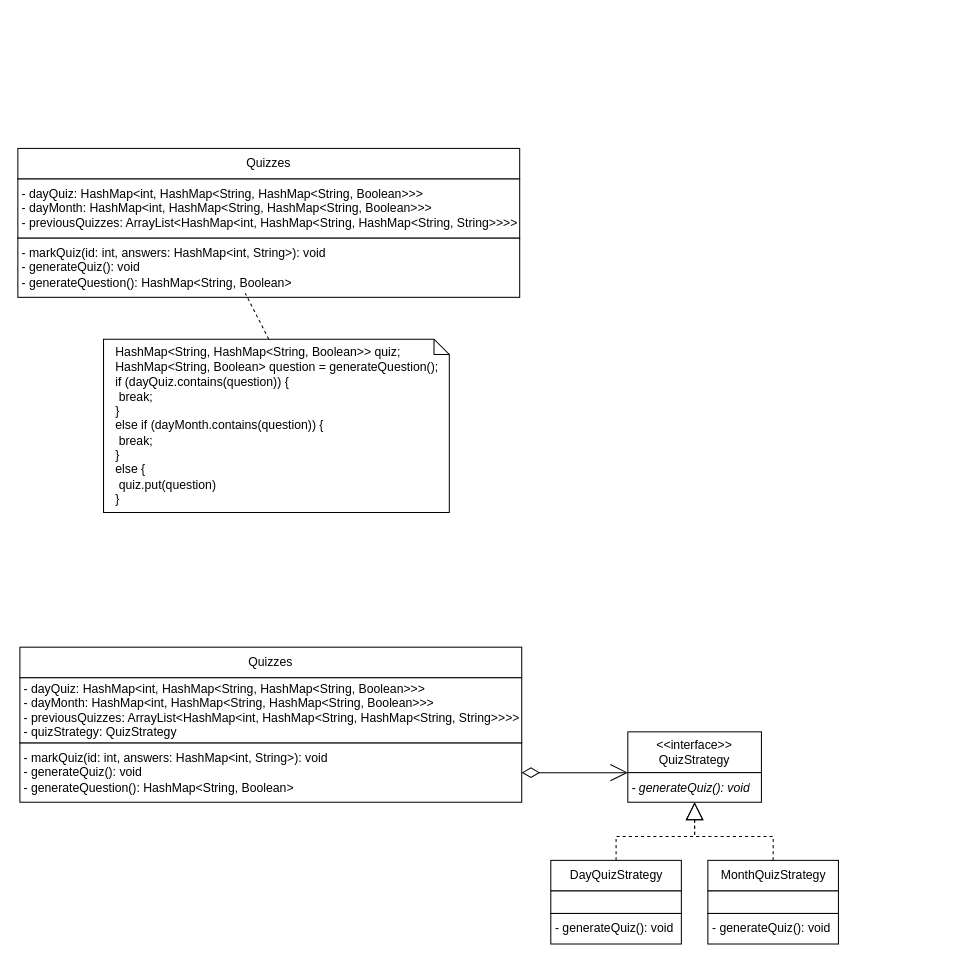
Above: Strategy_Design_Pattern.drawio in ahammond3aws/DC2SEN (draw.io), before the change. Source tidied: cells renumbered, new cells numbered last; positions are measured from the earlier drawing's top-left corner, leaving out a move shared by most shapes. Both pictures are drawn from the tidied source at 102%, with x=0, y=0 at pixel (17, 148).
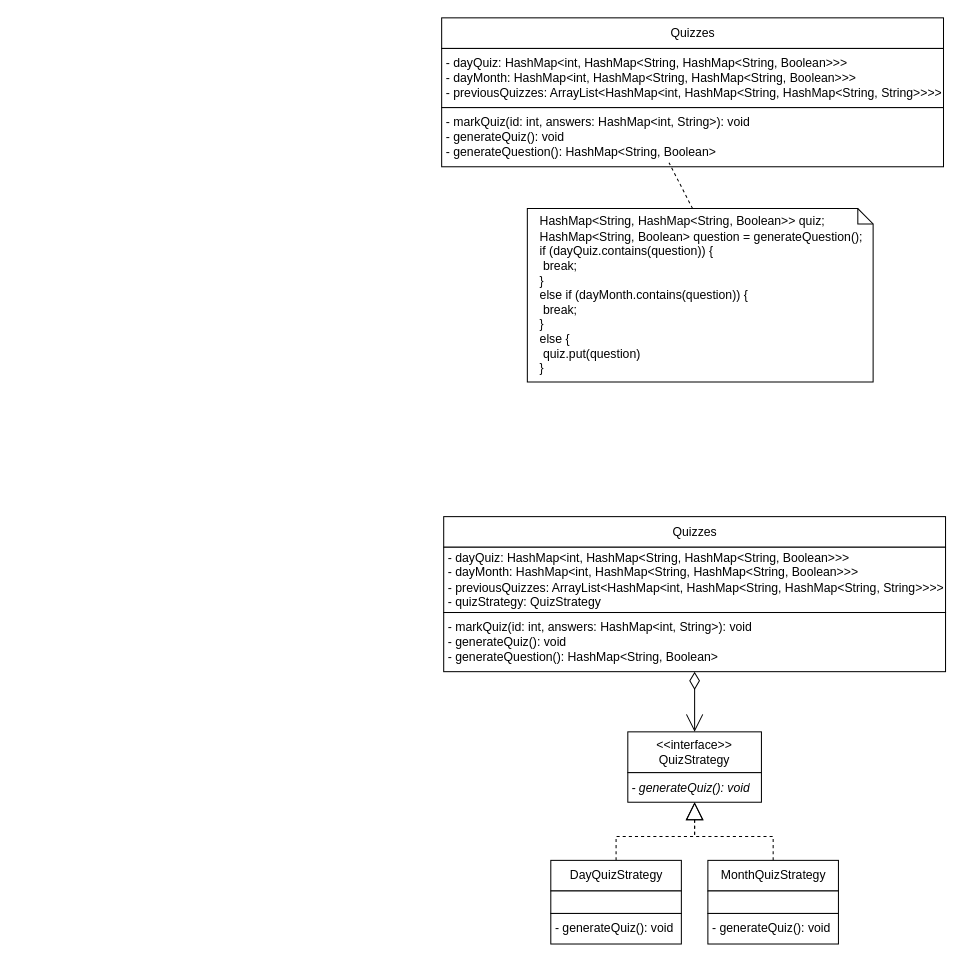
The same page after the edit.

Unchanged cells that the change refers to:
```xml
<mxCell id="11" value="&amp;lt;&amp;lt;interface&amp;gt;&amp;gt;&lt;br&gt;QuizStrategy" style="rounded=0;whiteSpace=wrap;html=1;" parent="1" vertex="1">
  <mxGeometry x="598" y="572" width="131" height="40" as="geometry" />
</mxCell>
<mxCell id="13" value="&lt;i&gt;&lt;span style=&quot;background-color: rgb(255, 255, 255);&quot;&gt;- generateQuiz(): void&lt;/span&gt;&lt;span style=&quot;background-color: rgb(255, 255, 255);&quot;&gt;&amp;nbsp;&lt;/span&gt;&lt;/i&gt;" style="rounded=0;whiteSpace=wrap;html=1;align=left;spacingLeft=2;" parent="1" vertex="1">
  <mxGeometry x="598" y="612" width="131" height="29" as="geometry" />
</mxCell>
```

Diff of the diagram source:
```diff
@@
     <mxCell id="2" value="Quizzes" style="rounded=0;whiteSpace=wrap;html=1;" parent="1" vertex="1">
-      <mxGeometry width="492" height="30" as="geometry" />
+      <mxGeometry x="415.5" y="-128" width="492" height="30" as="geometry" />
     </mxCell>
     <mxCell id="3" value="- dayQuiz: HashMap&amp;lt;int, HashMap&amp;lt;String, HashMap&amp;lt;String, Boolean&amp;gt;&amp;gt;&amp;gt;&lt;br&gt;- dayMonth: HashMap&amp;lt;int, HashMap&amp;lt;String, HashMap&amp;lt;String, Boolean&amp;gt;&amp;gt;&amp;gt;&lt;br&gt;- previousQuizzes: ArrayList&amp;lt;HashMap&amp;lt;int, HashMap&amp;lt;String, HashMap&amp;lt;String, String&amp;gt;&amp;gt;&amp;gt;&amp;gt;" style="rounded=0;whiteSpace=wrap;html=1;align=left;spacingLeft=2;" parent="1" vertex="1">
-      <mxGeometry y="30" width="492" height="58" as="geometry" />
+      <mxGeometry x="415.5" y="-98" width="492" height="58" as="geometry" />
     </mxCell>
     <mxCell id="4" value="- markQuiz(id: int, answers: HashMap&amp;lt;int, String&amp;gt;): void&lt;br style=&quot;border-color: var(--border-color); background-color: rgb(255, 255, 255);&quot;&gt;&lt;span style=&quot;background-color: rgb(255, 255, 255);&quot;&gt;- generateQuiz(): void&lt;/span&gt;&lt;br style=&quot;border-color: var(--border-color); background-color: rgb(255, 255, 255);&quot;&gt;&lt;span style=&quot;background-color: rgb(255, 255, 255);&quot;&gt;- generateQuestion(): HashMap&amp;lt;String, Boolean&amp;gt;&amp;nbsp;&lt;/span&gt;" style="rounded=0;whiteSpace=wrap;html=1;align=left;spacingLeft=2;" parent="1" vertex="1">
-      <mxGeometry y="88" width="492" height="58" as="geometry" />
+      <mxGeometry x="415.5" y="-40" width="492" height="58" as="geometry" />
     </mxCell>
     <mxCell id="5" value="Quizzes" style="rounded=0;whiteSpace=wrap;html=1;" parent="1" vertex="1">
-      <mxGeometry x="2" y="489" width="492" height="30" as="geometry" />
+      <mxGeometry x="417.5" y="361" width="492" height="30" as="geometry" />
     </mxCell>
     <mxCell id="6" value="- dayQuiz: HashMap&amp;lt;int, HashMap&amp;lt;String, HashMap&amp;lt;String, Boolean&amp;gt;&amp;gt;&amp;gt;&lt;br&gt;- dayMonth: HashMap&amp;lt;int, HashMap&amp;lt;String, HashMap&amp;lt;String, Boolean&amp;gt;&amp;gt;&amp;gt;&lt;br&gt;- previousQuizzes: ArrayList&amp;lt;HashMap&amp;lt;int, HashMap&amp;lt;String, HashMap&amp;lt;String, String&amp;gt;&amp;gt;&amp;gt;&amp;gt;&lt;br&gt;- quizStrategy: QuizStrategy" style="rounded=0;whiteSpace=wrap;html=1;align=left;spacingLeft=2;" parent="1" vertex="1">
-      <mxGeometry x="2" y="519" width="492" height="64" as="geometry" />
+      <mxGeometry x="417.5" y="391" width="492" height="64" as="geometry" />
     </mxCell>
     <mxCell id="7" value="- markQuiz(id: int, answers: HashMap&amp;lt;int, String&amp;gt;): void&lt;br style=&quot;border-color: var(--border-color); background-color: rgb(255, 255, 255);&quot;&gt;&lt;span style=&quot;background-color: rgb(255, 255, 255);&quot;&gt;- generateQuiz(): void&lt;/span&gt;&lt;br style=&quot;border-color: var(--border-color); background-color: rgb(255, 255, 255);&quot;&gt;&lt;span style=&quot;background-color: rgb(255, 255, 255);&quot;&gt;- generateQuestion(): HashMap&amp;lt;String, Boolean&amp;gt;&amp;nbsp;&lt;/span&gt;" style="rounded=0;whiteSpace=wrap;html=1;align=left;spacingLeft=2;" parent="1" vertex="1">
-      <mxGeometry x="2" y="583" width="492" height="58" as="geometry" />
+      <mxGeometry x="417.5" y="455" width="492" height="58" as="geometry" />
     </mxCell>
@@
-    <mxCell id="12" style="edgeStyle=orthogonalEdgeStyle;rounded=0;jettySize=auto;html=1;exitX=0;exitY=0;exitDx=0;exitDy=0;entryX=1;entryY=0.5;entryDx=0;entryDy=0;endArrow=diamondThin;endFill=0;startArrow=open;startFill=0;endSize=15;startSize=15;" parent="1" edge="1" source="13" target="7">
-      <mxGeometry relative="1" as="geometry">
-        <Array as="points">
-          <mxPoint x="575" y="612" />
-          <mxPoint x="575" y="612" />
-        </Array>
-      </mxGeometry>
+    <mxCell id="12" style="edgeStyle=orthogonalEdgeStyle;rounded=0;jettySize=auto;html=1;entryX=0.5;entryY=1;entryDx=0;entryDy=0;endArrow=diamondThin;endFill=0;startArrow=open;startFill=0;endSize=15;startSize=15;exitX=0.5;exitY=0;exitDx=0;exitDy=0;" parent="1" edge="1" source="11" target="7">
+      <mxGeometry relative="1" as="geometry" />
     </mxCell>
@@
     <mxCell id="19" value="HashMap&amp;lt;String, HashMap&amp;lt;String, Boolean&amp;gt;&amp;gt; quiz;&lt;br&gt;HashMap&amp;lt;String, Boolean&amp;gt; question = generateQuestion();&amp;nbsp;&lt;br&gt;if (dayQuiz.contains(question)) {&lt;br&gt;&lt;span style=&quot;&quot;&gt; &lt;/span&gt;&lt;span style=&quot;white-space: pre;&quot;&gt; &lt;/span&gt;break;&lt;br&gt;}&lt;br&gt;else if (dayMonth.contains(question)) {&lt;br&gt;&lt;span style=&quot;&quot;&gt; &lt;/span&gt;&lt;span style=&quot;white-space: pre;&quot;&gt; &lt;/span&gt;break;&lt;br&gt;}&lt;br&gt;else {&lt;br&gt;&lt;span style=&quot;white-space: pre;&quot;&gt; &lt;/span&gt;quiz.put(question)&lt;br&gt;}&amp;nbsp;" style="shape=note;size=15;align=left;spacingLeft=10;html=1;whiteSpace=wrap;" parent="1" vertex="1">
-      <mxGeometry x="84" y="187" width="339" height="170" as="geometry" />
+      <mxGeometry x="499.5" y="59" width="339" height="170" as="geometry" />
     </mxCell>
     <mxCell id="20" style="edgeStyle=none;endArrow=none;exitX=0;exitY=0;dashed=1;html=1;rounded=0;exitDx=162;exitDy=0;exitPerimeter=0;" parent="1" edge="1" source="19">
       <mxGeometry x="1" relative="1" as="geometry">
-        <mxPoint x="222.9" y="142" as="targetPoint" />
+        <mxPoint x="638.4" y="14" as="targetPoint" />
       </mxGeometry>
     </mxCell>
```
